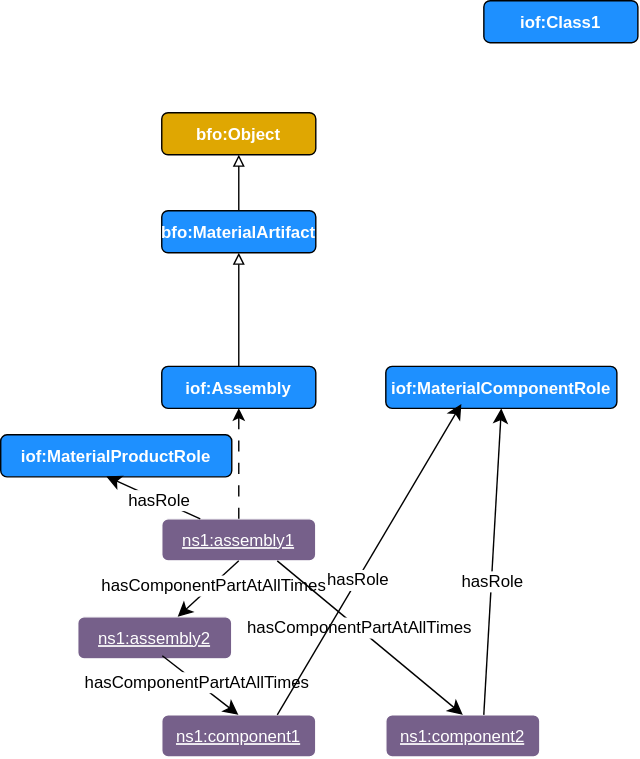
Above: scenarios/assemblies-components/images/assembly-component-generic.svg in iofoundry/IOF-Core-Pattern-v2 (draw.io), before the change. Source tidied: cells renumbered, new cells last; positions are measured from the earlier drawing's top-left corner, leaving out a move shared by most shapes. Its diagram source:
```xml
<mxGraphModel>
  <root>
    <mxCell id="0" />
    <mxCell id="1" parent="0" />
    <mxCell id="2" value="iof:Class1" style="graphMlID=n4;shape=rect;rounded=1;arcsize=30;fillColor=#1e90ff;strokeColor=#000000;strokeWidth=1.0;shadow=0;fontColor=#FFFFFF;fontStyle=1;" parent="1" vertex="1">
      <mxGeometry x="345" width="110" height="30" as="geometry" />
    </mxCell>
    <mxCell id="3" value="bfo:Object" style="graphMlID=n4;shape=rect;rounded=1;arcsize=30;fillColor=#DFA702;strokeColor=#000000;strokeWidth=1.0;shadow=0;fontColor=#FFFFFF;fontStyle=1;" parent="1" vertex="1">
      <mxGeometry x="115" y="80" width="110" height="30" as="geometry" />
    </mxCell>
    <mxCell id="4" value="iof:Assembly" style="graphMlID=n4;shape=rect;rounded=1;arcsize=30;fillColor=#1e90ff;strokeColor=#000000;strokeWidth=1.0;shadow=0;fontColor=#FFFFFF;fontStyle=1;" parent="1" vertex="1">
      <mxGeometry x="115" y="261.1" width="110" height="30" as="geometry" />
    </mxCell>
    <mxCell id="5" value="bfo:MaterialArtifact" style="graphMlID=n4;shape=rect;rounded=1;arcsize=30;fillColor=#1e90ff;strokeColor=#000000;strokeWidth=1;shadow=0;fontColor=#FFFFFF;fontStyle=1;align=center;verticalAlign=middle;fontFamily=Helvetica;fontSize=12;" parent="1" vertex="1">
      <mxGeometry x="115" y="150" width="110" height="30" as="geometry" />
    </mxCell>
    <mxCell id="6" style="edgeStyle=none;rounded=0;jettySize=auto;html=1;fontFamily=Helvetica;fontSize=12;fontColor=#FFFFFF;startArrow=none;startFill=0;endArrow=block;endFill=0;" parent="1" edge="1" source="4" target="5">
      <mxGeometry relative="1" as="geometry" />
    </mxCell>
    <mxCell id="7" style="edgeStyle=none;rounded=0;jettySize=auto;html=1;fontFamily=Helvetica;fontSize=12;fontColor=#FFFFFF;startArrow=none;startFill=0;endArrow=block;endFill=0;entryX=0.5;entryY=1;entryDx=0;entryDy=0;exitX=0.5;exitY=0;exitDx=0;exitDy=0;" parent="1" edge="1" source="5" target="3">
      <mxGeometry relative="1" as="geometry" />
    </mxCell>
    <mxCell id="8" value="ns1:assembly1" style="graphMlID=n4;shape=rect;rounded=1;arcsize=30;fillColor=#76608a;strokeColor=#ffffff;strokeWidth=1.0;shadow=0;fontColor=#ffffff;fontStyle=4;" parent="1" vertex="1">
      <mxGeometry x="115" y="370" width="110" height="30" as="geometry" />
    </mxCell>
    <mxCell id="9" value="ns1:assembly2" style="graphMlID=n4;shape=rect;rounded=1;arcsize=30;fillColor=#76608a;strokeColor=#ffffff;strokeWidth=1.0;shadow=0;fontColor=#ffffff;fontStyle=4;" parent="1" vertex="1">
      <mxGeometry x="55" y="440" width="110" height="30" as="geometry" />
    </mxCell>
    <mxCell id="10" value="ns1:component1" style="graphMlID=n4;shape=rect;rounded=1;arcsize=30;fillColor=#76608a;strokeColor=#ffffff;strokeWidth=1.0;shadow=0;fontColor=#ffffff;fontStyle=4;" parent="1" vertex="1">
      <mxGeometry x="115" y="510" width="110" height="30" as="geometry" />
    </mxCell>
    <mxCell id="11" value="ns1:component2" style="graphMlID=n4;shape=rect;rounded=1;arcsize=30;fillColor=#76608a;strokeColor=#ffffff;strokeWidth=1.0;shadow=0;fontColor=#ffffff;fontStyle=4;" parent="1" vertex="1">
      <mxGeometry x="275" y="510" width="110" height="30" as="geometry" />
    </mxCell>
    <mxCell id="12" style="endArrow=classic;html=1;endSize=8;arcSize=0;rounded=0;strokeColor=#000000;fontFamily=Helvetica;fontSize=12;fontColor=#000000;exitX=0.5;exitY=1;exitDx=0;exitDy=0;" parent="1" edge="1" source="8" target="9">
      <mxGeometry relative="1" as="geometry" />
    </mxCell>
    <mxCell id="13" value="hasComponentPartAtAllTimes" style="text;html=1;align=center;verticalAlign=middle;labelBackgroundColor=#ffffff;rounded=0;shadow=0;labelBorderColor=none;strokeColor=#000000;fontFamily=Helvetica;fontSize=12;fontColor=#000000;gradientColor=#FF99FF;" parent="12" vertex="1">
      <mxGeometry x="-0.13" relative="1" as="geometry" />
    </mxCell>
    <mxCell id="14" value="iof:MaterialComponentRole" style="graphMlID=n4;shape=rect;rounded=1;arcsize=30;fillColor=#1e90ff;strokeColor=#000000;strokeWidth=1.0;shadow=0;fontColor=#FFFFFF;fontStyle=1;" parent="1" vertex="1">
      <mxGeometry x="275" y="261.1" width="165" height="30" as="geometry" />
    </mxCell>
    <mxCell id="15" style="rounded=0;jettySize=auto;html=1;fontSize=12;dashed=1;labelPosition=center;verticalLabelPosition=top;align=center;verticalAlign=bottom;dashPattern=8 8;entryX=0.5;entryY=1;entryDx=0;entryDy=0;" parent="1" edge="1" source="8" target="4">
      <mxGeometry relative="1" as="geometry" />
    </mxCell>
    <mxCell id="16" style="endArrow=classic;html=1;endSize=8;arcSize=0;rounded=0;strokeColor=#000000;fontFamily=Helvetica;fontSize=12;fontColor=#000000;exitX=0.549;exitY=0.924;exitDx=0;exitDy=0;exitPerimeter=0;" parent="1" edge="1" source="9">
      <mxGeometry relative="1" as="geometry">
        <mxPoint x="169.8" y="510" as="targetPoint" />
      </mxGeometry>
    </mxCell>
    <mxCell id="17" value="hasComponentPartAtAllTimes" style="text;html=1;align=center;verticalAlign=middle;labelBackgroundColor=#ffffff;rounded=0;shadow=0;labelBorderColor=none;strokeColor=#000000;fontFamily=Helvetica;fontSize=12;fontColor=#000000;gradientColor=#FF99FF;" parent="16" vertex="1">
      <mxGeometry x="-0.13" relative="1" as="geometry" />
    </mxCell>
    <mxCell id="18" style="endArrow=classic;html=1;endSize=8;arcSize=0;rounded=0;strokeColor=#000000;fontFamily=Helvetica;fontSize=12;fontColor=#000000;exitX=0.75;exitY=1;exitDx=0;exitDy=0;entryX=0.5;entryY=0;entryDx=0;entryDy=0;" parent="1" edge="1" source="8" target="11">
      <mxGeometry relative="1" as="geometry" />
    </mxCell>
    <mxCell id="19" value="hasComponentPartAtAllTimes" style="text;html=1;align=center;verticalAlign=middle;labelBackgroundColor=#ffffff;rounded=0;shadow=0;labelBorderColor=none;strokeColor=#000000;fontFamily=Helvetica;fontSize=12;fontColor=#000000;gradientColor=#FF99FF;" parent="18" vertex="1">
      <mxGeometry x="-0.13" relative="1" as="geometry" />
    </mxCell>
    <mxCell id="20" value="iof:MaterialProductRole" style="graphMlID=n4;shape=rect;rounded=1;arcsize=30;fillColor=#1e90ff;strokeColor=#000000;strokeWidth=1.0;shadow=0;fontColor=#FFFFFF;fontStyle=1;" parent="1" vertex="1">
      <mxGeometry y="310" width="165" height="30" as="geometry" />
    </mxCell>
    <mxCell id="21" style="endArrow=classic;html=1;endSize=8;arcSize=0;rounded=0;strokeColor=#000000;fontFamily=Helvetica;fontSize=12;fontColor=#000000;exitX=0.636;exitY=0;exitDx=0;exitDy=0;entryX=0.5;entryY=1;entryDx=0;entryDy=0;exitPerimeter=0;" parent="1" edge="1" source="11" target="14">
      <mxGeometry relative="1" as="geometry" />
    </mxCell>
    <mxCell id="22" value="hasRole" style="text;html=1;align=center;verticalAlign=middle;labelBackgroundColor=#ffffff;rounded=0;shadow=0;labelBorderColor=none;strokeColor=#000000;fontFamily=Helvetica;fontSize=12;fontColor=#000000;gradientColor=#FF99FF;" parent="21" vertex="1">
      <mxGeometry x="-0.13" relative="1" as="geometry" />
    </mxCell>
    <mxCell id="23" style="endArrow=classic;html=1;endSize=8;arcSize=0;rounded=0;strokeColor=#000000;fontFamily=Helvetica;fontSize=12;fontColor=#000000;exitX=0.25;exitY=0;exitDx=0;exitDy=0;entryX=0.457;entryY=0.99;entryDx=0;entryDy=0;entryPerimeter=0;" parent="1" edge="1" source="8" target="20">
      <mxGeometry relative="1" as="geometry" />
    </mxCell>
    <mxCell id="24" value="hasRole" style="text;html=1;align=center;verticalAlign=middle;labelBackgroundColor=#ffffff;rounded=0;shadow=0;labelBorderColor=none;strokeColor=#000000;fontFamily=Helvetica;fontSize=12;fontColor=#000000;gradientColor=#FF99FF;" parent="23" vertex="1">
      <mxGeometry x="-0.13" relative="1" as="geometry" />
    </mxCell>
    <mxCell id="25" style="endArrow=classic;html=1;endSize=8;arcSize=0;rounded=0;strokeColor=#000000;fontFamily=Helvetica;fontSize=12;fontColor=#000000;exitX=0.75;exitY=0;exitDx=0;exitDy=0;entryX=0.327;entryY=0.895;entryDx=0;entryDy=0;entryPerimeter=0;" parent="1" edge="1" source="10" target="14">
      <mxGeometry relative="1" as="geometry" />
    </mxCell>
    <mxCell id="26" value="hasRole" style="text;html=1;align=center;verticalAlign=middle;labelBackgroundColor=#ffffff;rounded=0;shadow=0;labelBorderColor=none;strokeColor=#000000;fontFamily=Helvetica;fontSize=12;fontColor=#000000;gradientColor=#FF99FF;" parent="25" vertex="1">
      <mxGeometry x="-0.13" relative="1" as="geometry" />
    </mxCell>
  </root>
</mxGraphModel>
```
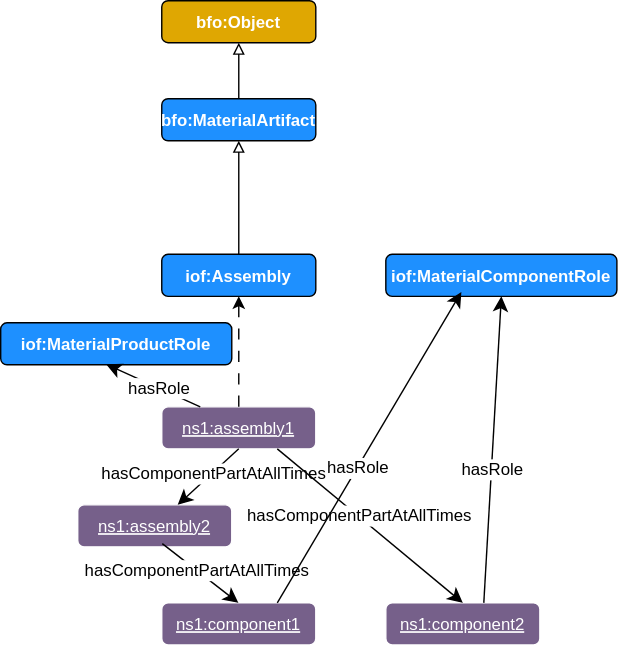
After the commit.

The edit, as a diff of the source:
```diff
@@ -2,9 +2,6 @@
   <root>
     <mxCell id="0" />
     <mxCell id="1" parent="0" />
-    <mxCell id="2" value="iof:Class1" style="graphMlID=n4;shape=rect;rounded=1;arcsize=30;fillColor=#1e90ff;strokeColor=#000000;strokeWidth=1.0;shadow=0;fontColor=#FFFFFF;fontStyle=1;" parent="1" vertex="1">
-      <mxGeometry x="345" width="110" height="30" as="geometry" />
-    </mxCell>
     <mxCell id="3" value="bfo:Object" style="graphMlID=n4;shape=rect;rounded=1;arcsize=30;fillColor=#DFA702;strokeColor=#000000;strokeWidth=1.0;shadow=0;fontColor=#FFFFFF;fontStyle=1;" parent="1" vertex="1">
       <mxGeometry x="115" y="80" width="110" height="30" as="geometry" />
     </mxCell>
```
